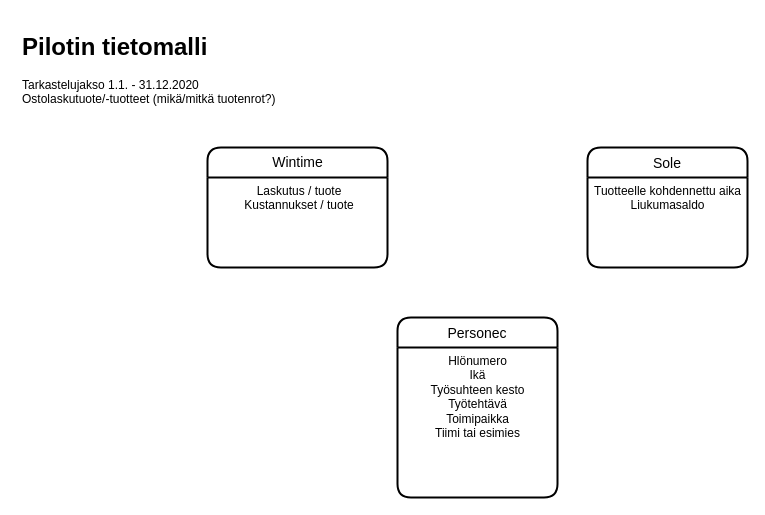
Above: page "Page-2" (2 of 2) of Untitled Diagram.drawio in tiinasalmenius/testrepo (draw.io), before the change. Source tidied: cells renumbered, new cells numbered last; positions are measured from the earlier drawing's top-left corner, leaving out a move shared by most shapes. Both pictures are drawn from the tidied source at 100%, with x=0, y=0 at pixel (17, 27).
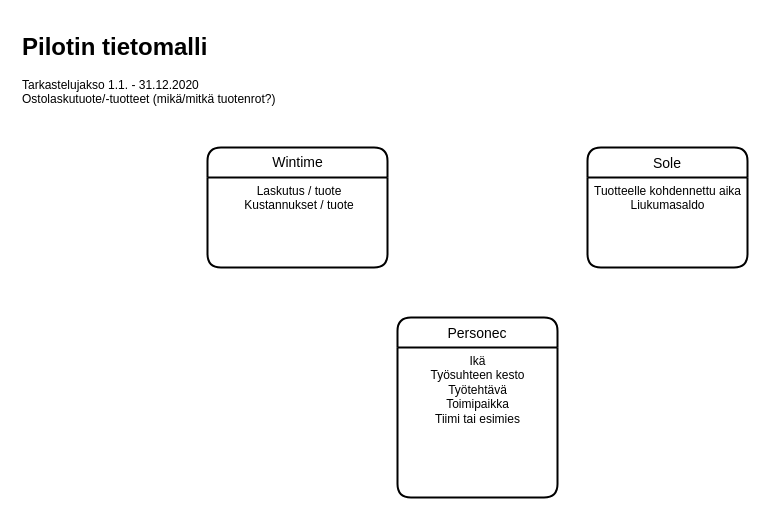
The same page after the edit.

The edit, as a diff of the source:
```diff
@@
 <mxGraphModel>
   <root>
     <mxCell id="0" />
     <mxCell id="1" parent="0" />
     <mxCell id="2" value="Personec" style="swimlane;horizontal=1;startSize=30;rounded=1;fontSize=14;fontStyle=0;strokeWidth=2;shadow=0;dashed=0;align=center;" parent="1" vertex="1">
       <mxGeometry x="380" y="290" width="160" height="180" as="geometry" />
     </mxCell>
-    <mxCell id="3" value="Hlönumero&lt;br&gt;Ikä&lt;br&gt;Työsuhteen kesto&lt;br&gt;Työtehtävä&lt;br&gt;Toimipaikka&lt;br&gt;Tiimi tai esimies" style="text;html=1;align=center;verticalAlign=top;fillColor=none;strokeColor=none;rounded=0;horizontal=1;labelPosition=center;verticalLabelPosition=middle;" parent="2" vertex="1">
+    <mxCell id="3" value="Ikä&lt;br&gt;Työsuhteen kesto&lt;br&gt;Työtehtävä&lt;br&gt;Toimipaikka&lt;br&gt;Tiimi tai esimies" style="text;html=1;align=center;verticalAlign=top;fillColor=none;strokeColor=none;rounded=0;horizontal=1;labelPosition=center;verticalLabelPosition=middle;" parent="2" vertex="1">
       <mxGeometry y="30" width="160" height="150" as="geometry" />
     </mxCell>
     <mxCell id="4" value="Sole" style="swimlane;horizontal=1;startSize=30;rounded=1;fontSize=14;fontStyle=0;strokeWidth=2;shadow=0;dashed=0;align=center;" parent="1" vertex="1">
       <mxGeometry x="570" y="120" width="160" height="120" as="geometry" />
     </mxCell>
     <mxCell id="5" value="Wintime" style="swimlane;horizontal=1;startSize=30;rounded=1;fontSize=14;fontStyle=0;strokeWidth=2;shadow=0;dashed=0;align=center;html=1;" parent="1" vertex="1">
       <mxGeometry x="190" y="120" width="180" height="120" as="geometry" />
     </mxCell>
     <mxCell id="6" value="Laskutus / tuote&#10;Kustannukset / tuote&#10;" style="align=center;strokeColor=none;fillColor=none;spacingLeft=4;fontSize=12;verticalAlign=top;" parent="5" vertex="1">
       <mxGeometry y="30" width="180" height="90" as="geometry" />
     </mxCell>
     <mxCell id="7" value="&lt;h1&gt;Pilotin tietomalli&lt;/h1&gt;&lt;p&gt;Tarkastelujakso 1.1. - 31.12.2020&lt;br&gt;Ostolaskutuote/-tuotteet (mikä/mitkä tuotenrot?)&lt;/p&gt;&lt;p&gt;&lt;br&gt;&lt;/p&gt;" style="text;html=1;strokeColor=none;fillColor=none;spacing=5;spacingTop=-20;whiteSpace=wrap;overflow=hidden;rounded=0;align=left;" parent="1" vertex="1">
       <mxGeometry width="380" height="100" as="geometry" />
     </mxCell>
     <mxCell id="8" value="Tuotteelle kohdennettu aika&lt;br&gt;Liukumasaldo" style="text;html=1;align=center;verticalAlign=top;fillColor=none;strokeColor=none;rounded=0;" parent="1" vertex="1">
       <mxGeometry x="570" y="150" width="160" height="30" as="geometry" />
     </mxCell>
   </root>
 </mxGraphModel>
```
